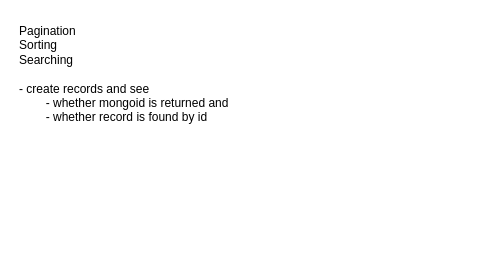
Above: page "TBD" (5 of 6) of logging/Secure implementations.drawio in danieldotskc/helloworld (draw.io), before the change. Source tidied: cells renumbered, new cells numbered last; positions are measured from the earlier drawing's top-left corner, leaving out a move shared by most shapes. Both pictures are drawn from the tidied source at 100%, with x=0, y=0 at pixel (17, 17).
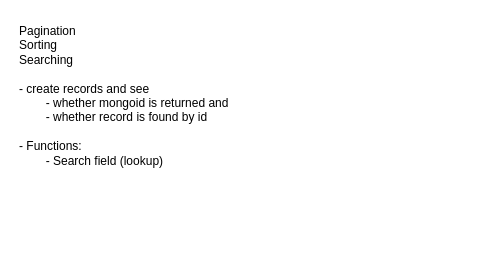
The same diagram, later.

What changed in the source:
```diff
@@
 <mxGraphModel>
   <root>
     <mxCell id="0" />
     <mxCell id="1" parent="0" />
-    <mxCell id="2" value="Pagination&lt;div&gt;Sorting&lt;/div&gt;&lt;div&gt;Searching&lt;/div&gt;&lt;div&gt;&lt;br&gt;&lt;/div&gt;&lt;div&gt;- create records and see&amp;nbsp;&lt;/div&gt;&lt;div&gt;&lt;span style=&quot;white-space: pre;&quot;&gt;&#9;&lt;/span&gt;- whether mongoid is returned and&lt;/div&gt;&lt;div&gt;&lt;span style=&quot;white-space: pre;&quot;&gt;&#9;&lt;/span&gt;- whether record is found by id&lt;br&gt;&lt;/div&gt;" style="text;html=1;whiteSpace=wrap;strokeColor=none;fillColor=none;align=left;verticalAlign=top;rounded=0;" parent="1" vertex="1">
+    <mxCell id="2" value="Pagination&lt;div&gt;Sorting&lt;/div&gt;&lt;div&gt;Searching&lt;/div&gt;&lt;div&gt;&lt;br&gt;&lt;/div&gt;&lt;div&gt;- create records and see&amp;nbsp;&lt;/div&gt;&lt;div&gt;&lt;span style=&quot;white-space: pre;&quot;&gt;&#9;&lt;/span&gt;- whether mongoid is returned and&lt;/div&gt;&lt;div&gt;&lt;span style=&quot;white-space: pre;&quot;&gt;&#9;&lt;/span&gt;- whether record is found by id&lt;br&gt;&lt;/div&gt;&lt;div&gt;&lt;br&gt;&lt;/div&gt;&lt;div&gt;- Functions:&lt;/div&gt;&lt;div&gt;&lt;span style=&quot;white-space: pre;&quot;&gt;&#9;&lt;/span&gt;- Search field (lookup)&lt;br&gt;&lt;/div&gt;" style="text;html=1;whiteSpace=wrap;strokeColor=none;fillColor=none;align=left;verticalAlign=top;rounded=0;" parent="1" vertex="1">
       <mxGeometry width="450" height="220" as="geometry" />
     </mxCell>
   </root>
 </mxGraphModel>
```
